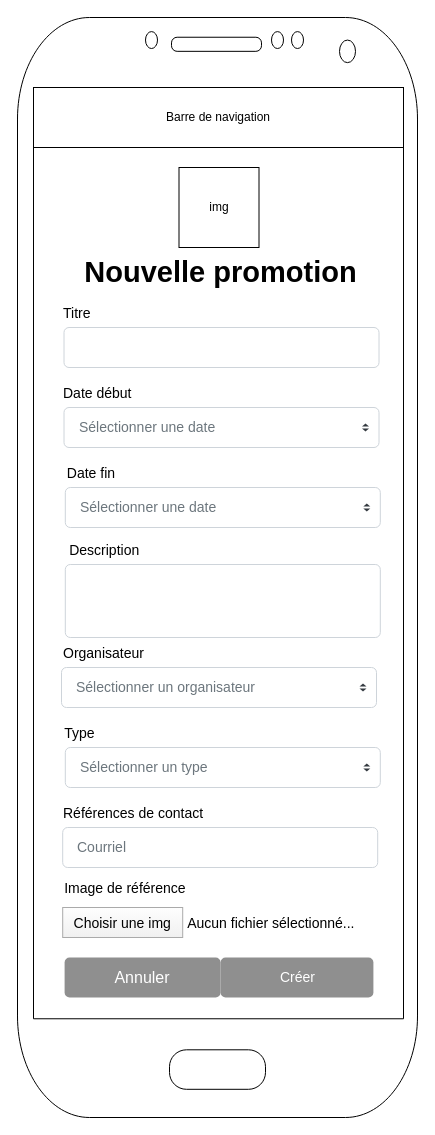
This is org/diagrammes/wireframes/creer-promotion/mobile.drawio from Feelschevreuil/vlisside-Survivor, a draw.io file, before an edit. Source tidied: cells renumbered, new cells numbered last; positions are measured from the earlier drawing's top-left corner, leaving out a move shared by most shapes. Both pictures are drawn from the tidied source at 100%, with x=0, y=0 at pixel (17, 17).
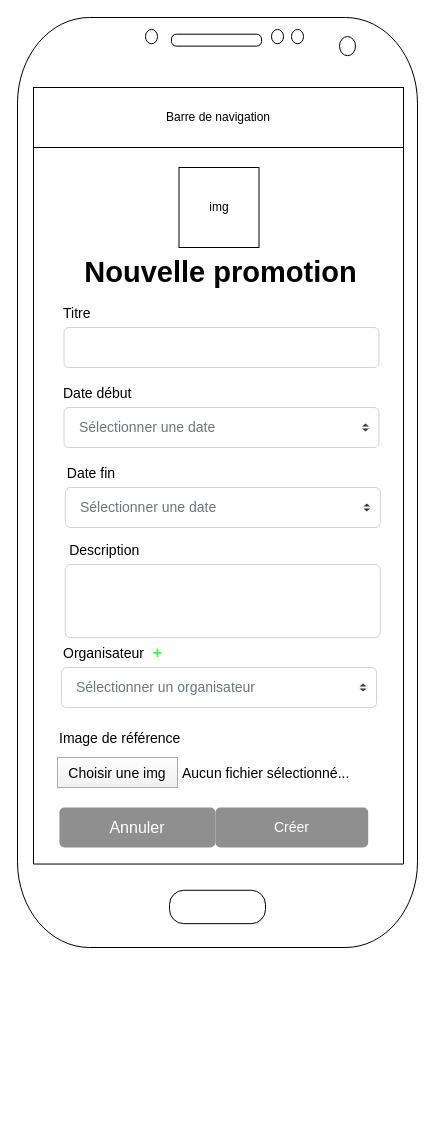
Above is the later version.

Change to the diagram source:
```diff
@@
     <mxCell id="2" style="verticalLabelPosition=bottom;verticalAlign=top;html=1;shadow=0;dashed=0;strokeWidth=1;shape=mxgraph.android.phone2;fillStyle=auto;fontSize=19;" parent="1" vertex="1">
-      <mxGeometry width="400" height="1100" as="geometry" />
+      <mxGeometry width="400" height="930" as="geometry" />
     </mxCell>
@@
     <mxCell id="7" value="Créer" style="html=1;shadow=0;dashed=0;shape=mxgraph.bootstrap.rrect;rSize=5;fillColor=#8F8F8F;strokeColor=none;align=center;spacing=15;fontSize=14;fontColor=#ffffff;" parent="1" vertex="1">
-      <mxGeometry x="203.1" y="940" width="152.8" height="40" as="geometry" />
+      <mxGeometry x="197.9" y="790" width="152.8" height="40" as="geometry" />
     </mxCell>
@@
-    <mxCell id="16" value="Courriel" style="html=1;shadow=0;dashed=0;shape=mxgraph.bootstrap.rrect;rSize=5;fillColor=#ffffff;strokeColor=#CED4DA;align=left;spacing=15;fontSize=14;fontColor=#6C767D;" parent="1" vertex="1">
-      <mxGeometry x="45.2" y="810" width="315" height="40" as="geometry" />
-    </mxCell>
-    <mxCell id="17" value="Références de contact" style="fillColor=none;strokeColor=none;align=left;fontSize=14;" parent="1" vertex="1">
-      <mxGeometry x="44" y="780" width="100" height="30" as="geometry" />
-    </mxCell>
-    <mxCell id="18" value="Type" style="fillColor=none;strokeColor=none;align=left;fontSize=14;" parent="1" vertex="1">
-      <mxGeometry x="45.2" y="700" width="100" height="30" as="geometry" />
-    </mxCell>
@@
-    <mxCell id="26" value="Sélectionner un type" style="html=1;shadow=0;dashed=0;shape=mxgraph.bootstrap.rrect;rSize=5;fillColor=#ffffff;strokeColor=#CED4DA;align=left;spacing=15;fontSize=14;fontColor=#6C767D;" parent="1" vertex="1">
-      <mxGeometry x="47.8" y="730" width="315" height="40" as="geometry" />
-    </mxCell>
-    <mxCell id="27" style="shape=triangle;direction=south;fillColor=#343A40;strokeColor=none;perimeter=none;" parent="26" vertex="1">
-      <mxGeometry x="1" y="0.5" width="7" height="3" relative="1" as="geometry">
-        <mxPoint x="-17" y="1" as="offset" />
-      </mxGeometry>
-    </mxCell>
-    <mxCell id="28" style="shape=triangle;direction=north;fillColor=#343A40;strokeColor=none;perimeter=none;" parent="26" vertex="1">
-      <mxGeometry x="1" y="0.5" width="7" height="3" relative="1" as="geometry">
-        <mxPoint x="-17" y="-4" as="offset" />
-      </mxGeometry>
-    </mxCell>
     <mxCell id="29" value="Image de référence" style="fillColor=none;strokeColor=none;align=left;fontSize=14;" parent="1" vertex="1">
-      <mxGeometry x="45.2" y="850" width="150" height="40" as="geometry" />
+      <mxGeometry x="40" y="700" width="150" height="40" as="geometry" />
     </mxCell>
     <mxCell id="30" value="Choisir une img" style="fillColor=#FEFEFE;strokeColor=#AAAAAA;fontSize=14;gradientColor=#F0F0F0;" parent="1" vertex="1">
-      <mxGeometry x="45.2" y="890" width="120" height="30" as="geometry" />
+      <mxGeometry x="40" y="740" width="120" height="30" as="geometry" />
     </mxCell>
     <mxCell id="31" value="Aucun fichier sélectionné..." style="fillColor=none;strokeColor=none;align=left;fontSize=14;spacing=5;" parent="1" vertex="1">
-      <mxGeometry x="165.2" y="890" width="100" height="30" as="geometry" />
+      <mxGeometry x="160" y="740" width="100" height="30" as="geometry" />
     </mxCell>
     <mxCell id="32" value="Annuler" style="html=1;shadow=0;dashed=0;shape=mxgraph.bootstrap.rrect;rSize=5;strokeColor=none;strokeWidth=1;fillColor=#8F8F8F;fontColor=#FFFFFF;whiteSpace=wrap;align=center;verticalAlign=middle;spacingLeft=0;fontStyle=0;fontSize=16;spacing=5;" parent="1" vertex="1">
-      <mxGeometry x="47.1" y="940" width="156" height="40" as="geometry" />
+      <mxGeometry x="41.9" y="790" width="156" height="40" as="geometry" />
     </mxCell>
+    <mxCell id="33" value="&lt;b&gt;&lt;font style=&quot;font-size: 16px&quot;&gt;+&lt;/font&gt;&lt;/b&gt;" style="text;html=1;align=center;verticalAlign=middle;strokeColor=none;fillColor=none;fontColor=#36FF43;" parent="1" vertex="1">
+      <mxGeometry x="130.2" y="625" width="20" height="20" as="geometry" />
+    </mxCell>
```
